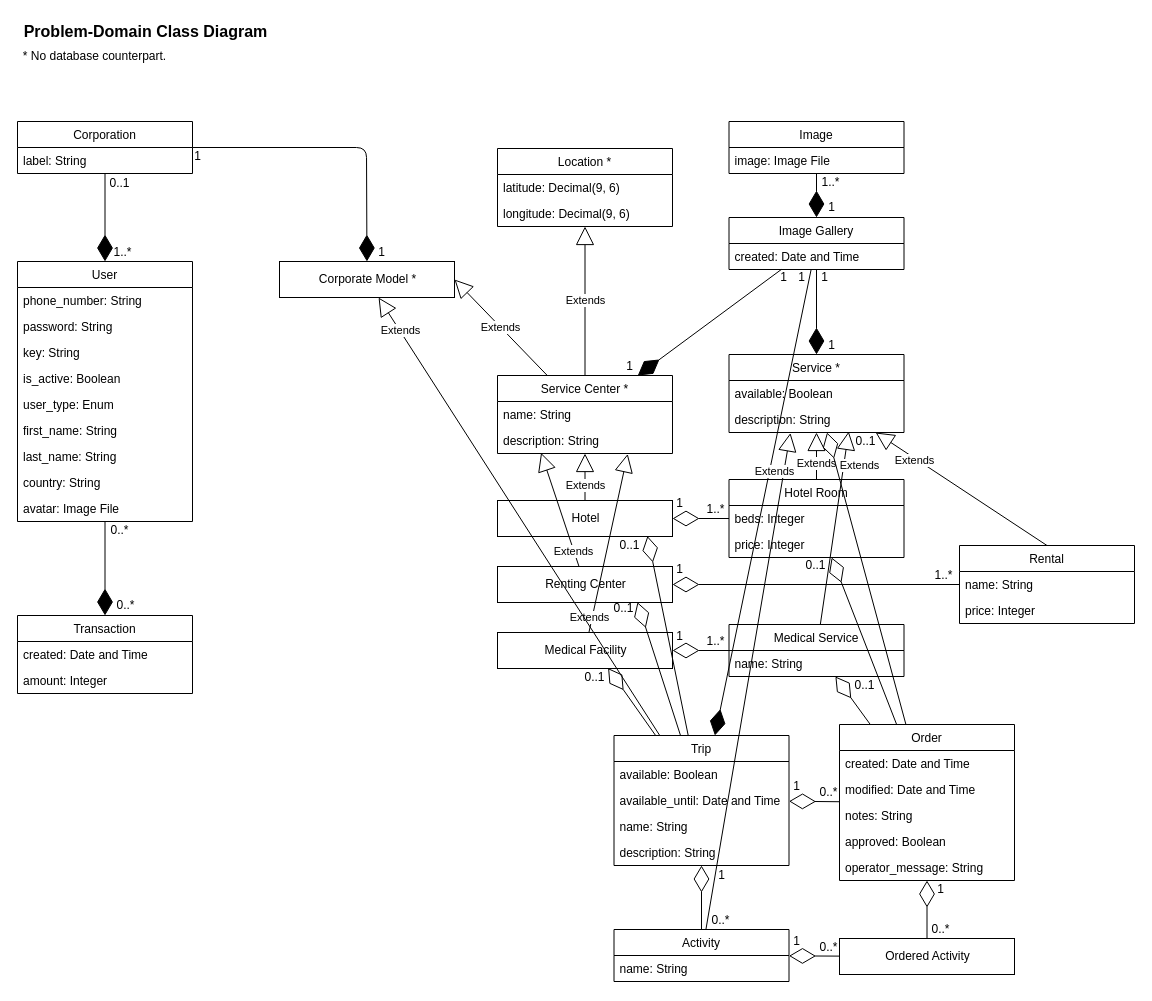
Above: class-diagrams/Class Diagrams.drawio in farahmand-m/software-engineering-assignments (draw.io), before the change. Source tidied: cells renumbered, new cells numbered last; positions are measured from the earlier drawing's top-left corner, leaving out a move shared by most shapes. Both pictures are drawn from the tidied source at 100%, with x=0, y=0 at pixel (17, 17).
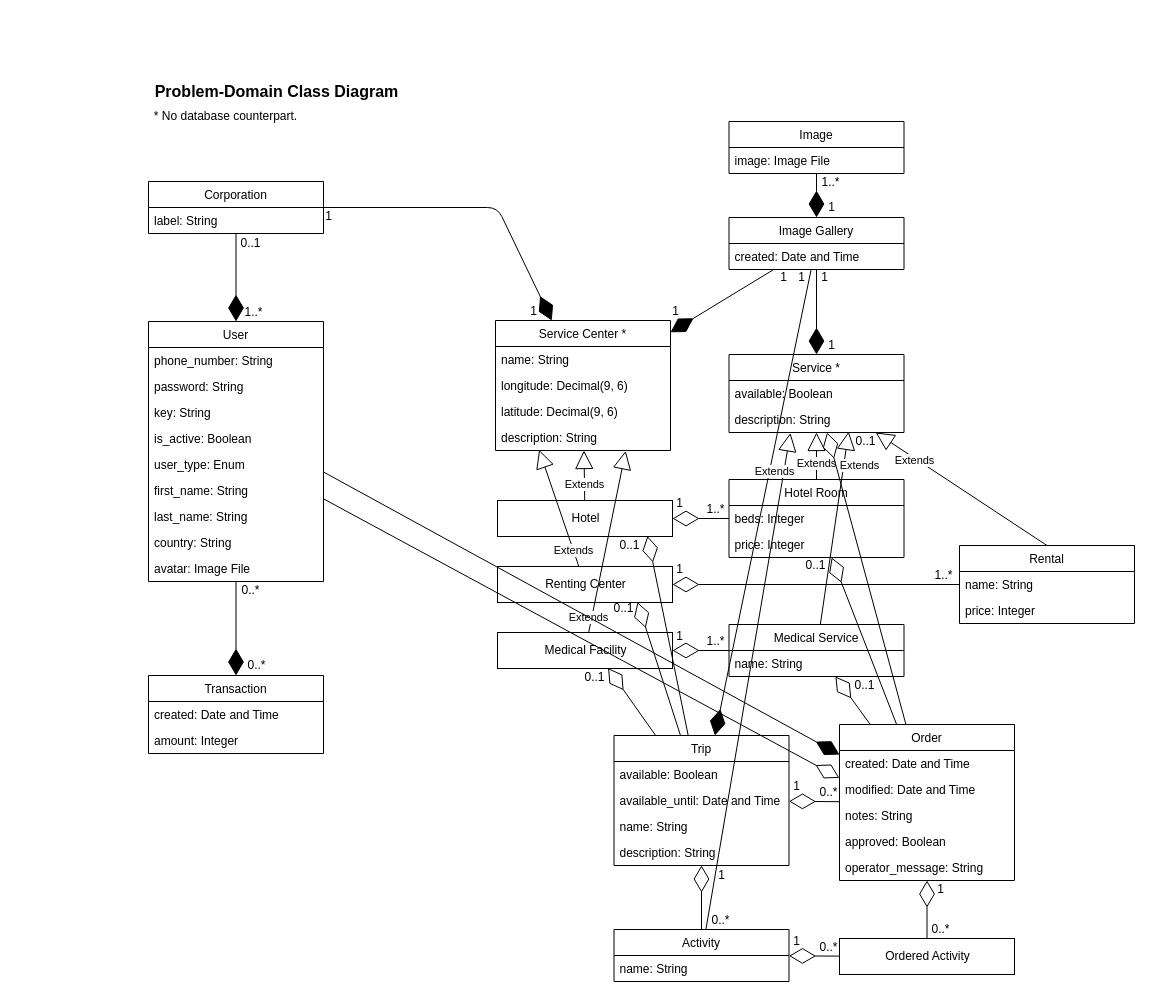
After the change.

Commit message:
Updated the Class Diagrams

Unchanged cells that the change refers to:
```xml
<mxCell id="7" value="user_type: Enum" style="text;strokeColor=none;fillColor=none;align=left;verticalAlign=top;spacingLeft=4;spacingRight=4;overflow=hidden;points=[[0,0.5],[1,0.5]];portConstraint=eastwest;" parent="2" vertex="1">
  <mxGeometry y="130" width="175" height="26" as="geometry" />
</mxCell>
<mxCell id="72" value="Trip" style="swimlane;fontStyle=0;horizontal=1;startSize=26;fillColor=none;" parent="1" vertex="1">
  <mxGeometry x="596.5" y="718" width="175" height="130" as="geometry" />
</mxCell>
<mxCell id="91" value="Order" style="swimlane;fontStyle=0;horizontal=1;startSize=26;fillColor=none;" parent="1" vertex="1">
  <mxGeometry x="822" y="707" width="175" height="156" as="geometry" />
</mxCell>
<mxCell id="93" value="modified: Date and Time" style="text;strokeColor=none;fillColor=none;align=left;verticalAlign=top;spacingLeft=4;spacingRight=4;overflow=hidden;points=[[0,0.5],[1,0.5]];portConstraint=eastwest;" parent="91" vertex="1">
  <mxGeometry y="52" width="175" height="26" as="geometry" />
</mxCell>
```

Diff of the diagram source:
```diff
@@
     <mxCell id="2" value="User" style="swimlane;fontStyle=0;horizontal=1;startSize=26;fillColor=none;" parent="1" vertex="1">
-      <mxGeometry y="244" width="175" height="260" as="geometry" />
+      <mxGeometry x="131" y="304" width="175" height="260" as="geometry" />
     </mxCell>
@@
     <mxCell id="12" value="Corporation" style="swimlane;fontStyle=0;horizontal=1;startSize=26;fillColor=none;" parent="1" vertex="1">
-      <mxGeometry y="104" width="175" height="52" as="geometry" />
+      <mxGeometry x="131" y="164" width="175" height="52" as="geometry" />
     </mxCell>
@@
     <mxCell id="15" value="1..*" style="text;html=1;align=center;verticalAlign=middle;" parent="1" vertex="1">
-      <mxGeometry x="91" y="226" width="28" height="18" as="geometry" />
+      <mxGeometry x="222" y="286" width="28" height="18" as="geometry" />
     </mxCell>
     <mxCell id="16" value="0..1" style="text;html=1;align=center;verticalAlign=middle;" parent="1" vertex="1">
-      <mxGeometry x="87" y="157" width="30" height="18" as="geometry" />
+      <mxGeometry x="218" y="217" width="30" height="18" as="geometry" />
     </mxCell>
-    <mxCell id="17" style="endArrow=diamondThin;endFill=1;endSize=24;html=1;" parent="1" edge="1" source="12" target="23">
+    <mxCell id="17" style="endArrow=diamondThin;endFill=1;endSize=24;html=1;" parent="1" edge="1" source="12" target="47">
       <mxGeometry relative="1" as="geometry">
         <Array as="points">
-          <mxPoint x="349" y="130" />
+          <mxPoint x="480" y="190" />
         </Array>
       </mxGeometry>
     </mxCell>
     <mxCell id="18" value="1" style="text;html=1;align=center;verticalAlign=middle;" parent="1" vertex="1">
-      <mxGeometry x="355" y="226" width="17" height="18" as="geometry" />
+      <mxGeometry x="507" y="285" width="17" height="18" as="geometry" />
     </mxCell>
     <mxCell id="19" value="1" style="text;html=1;align=center;verticalAlign=middle;" parent="1" vertex="1">
-      <mxGeometry x="171" y="130" width="17" height="18" as="geometry" />
+      <mxGeometry x="302" y="190" width="17" height="18" as="geometry" />
     </mxCell>
-    <mxCell id="20" value="Location *" style="swimlane;fontStyle=0;horizontal=1;startSize=26;fillColor=none;" parent="1" vertex="1">
-      <mxGeometry x="480" y="131" width="175" height="78" as="geometry" />
-    </mxCell>
-    <mxCell id="21" value="latitude: Decimal(9, 6)" style="text;strokeColor=none;fillColor=none;align=left;verticalAlign=top;spacingLeft=4;spacingRight=4;overflow=hidden;" parent="20" vertex="1">
-      <mxGeometry y="26" width="175" height="26" as="geometry" />
-    </mxCell>
-    <mxCell id="22" value="longitude: Decimal(9, 6)" style="text;strokeColor=none;fillColor=none;align=left;verticalAlign=top;spacingLeft=4;spacingRight=4;overflow=hidden;" parent="20" vertex="1">
-      <mxGeometry y="52" width="175" height="26" as="geometry" />
-    </mxCell>
-    <mxCell id="23" value="Corporate Model *" style="html=1;" parent="1" vertex="1">
-      <mxGeometry x="262" y="244" width="175" height="36" as="geometry" />
-    </mxCell>
@@
-    <mxCell id="35" value="Extends" style="endArrow=block;endSize=16;endFill=0;html=1;entryX=1;entryY=0.5;entryDx=0;entryDy=0;" parent="1" edge="1" source="47" target="23">
-      <mxGeometry relative="1" as="geometry" />
-    </mxCell>
-    <mxCell id="36" value="Extends" style="endArrow=block;endSize=16;endFill=0;html=1;" parent="1" edge="1" source="47" target="20">
-      <mxGeometry relative="1" as="geometry" />
-    </mxCell>
@@
     <mxCell id="39" value="1" style="text;html=1;align=center;verticalAlign=middle;" parent="1" vertex="1">
-      <mxGeometry x="603" y="340" width="17" height="18" as="geometry" />
+      <mxGeometry x="649" y="285" width="17" height="18" as="geometry" />
     </mxCell>
@@
     <mxCell id="46" value="* No database counterpart." style="text;html=1;align=center;verticalAlign=middle;" parent="1" vertex="1">
-      <mxGeometry y="29.5" width="153" height="18" as="geometry" />
+      <mxGeometry x="131" y="89.5" width="153" height="18" as="geometry" />
     </mxCell>
     <mxCell id="47" value="Service Center *" style="swimlane;fontStyle=0;horizontal=1;startSize=26;fillColor=none;" parent="1" vertex="1">
-      <mxGeometry x="480" y="358" width="175" height="78" as="geometry" />
+      <mxGeometry x="478" y="303" width="175" height="130" as="geometry" />
     </mxCell>
@@
+    <mxCell id="22" value="longitude: Decimal(9, 6)" style="text;strokeColor=none;fillColor=none;align=left;verticalAlign=top;spacingLeft=4;spacingRight=4;overflow=hidden;" parent="47" vertex="1">
+      <mxGeometry y="52" width="175" height="26" as="geometry" />
+    </mxCell>
+    <mxCell id="21" value="latitude: Decimal(9, 6)" style="text;strokeColor=none;fillColor=none;align=left;verticalAlign=top;spacingLeft=4;spacingRight=4;overflow=hidden;" parent="47" vertex="1">
+      <mxGeometry y="78" width="175" height="26" as="geometry" />
+    </mxCell>
     <mxCell id="49" value="description: String" style="text;strokeColor=none;fillColor=none;align=left;verticalAlign=top;spacingLeft=4;spacingRight=4;overflow=hidden;points=[[0,0.5],[1,0.5]];portConstraint=eastwest;" parent="47" vertex="1">
-      <mxGeometry y="52" width="175" height="26" as="geometry" />
+      <mxGeometry y="104" width="175" height="26" as="geometry" />
     </mxCell>
@@
     <mxCell id="111" value="Transaction" style="swimlane;fontStyle=0;horizontal=1;startSize=26;fillColor=none;" parent="1" vertex="1">
-      <mxGeometry y="598" width="175" height="78" as="geometry" />
+      <mxGeometry x="131" y="658" width="175" height="78" as="geometry" />
     </mxCell>
@@
     <mxCell id="115" value="0..*" style="text;html=1;align=center;verticalAlign=middle;" parent="1" vertex="1">
-      <mxGeometry x="88" y="504" width="28" height="18" as="geometry" />
+      <mxGeometry x="219" y="564" width="28" height="18" as="geometry" />
     </mxCell>
     <mxCell id="116" value="0..*" style="text;html=1;align=center;verticalAlign=middle;" parent="1" vertex="1">
-      <mxGeometry x="94" y="579" width="28" height="18" as="geometry" />
+      <mxGeometry x="225" y="639" width="28" height="18" as="geometry" />
     </mxCell>
@@
-    <mxCell id="119" value="Extends" style="endArrow=block;endSize=16;endFill=0;html=1;" parent="1" edge="1" source="72" target="23">
-      <mxGeometry x="0.85" y="-1" relative="1" as="geometry" />
-    </mxCell>
     <mxCell id="120" value="Problem-Domain Class Diagram" style="text;align=center;fontStyle=1;verticalAlign=middle;spacingLeft=3;spacingRight=3;strokeColor=none;startSize=26;fillColor=none;fontSize=16;" parent="1" vertex="1">
-      <mxGeometry width="257" height="25" as="geometry" />
+      <mxGeometry x="131" y="60" width="257" height="25" as="geometry" />
     </mxCell>
+    <mxCell id="121" style="endArrow=diamondThin;endFill=1;endSize=24;html=1;fontSize=16;exitX=1.001;exitY=0.792;exitDx=0;exitDy=0;exitPerimeter=0;" parent="1" edge="1" source="7" target="91">
+      <mxGeometry relative="1" as="geometry" />
+    </mxCell>
+    <mxCell id="122" style="endArrow=diamondThin;endFill=0;endSize=24;html=1;fontSize=16;entryX=-0.001;entryY=0.053;entryDx=0;entryDy=0;entryPerimeter=0;" parent="1" edge="1" source="2" target="93">
+      <mxGeometry relative="1" as="geometry" />
+    </mxCell>
```
